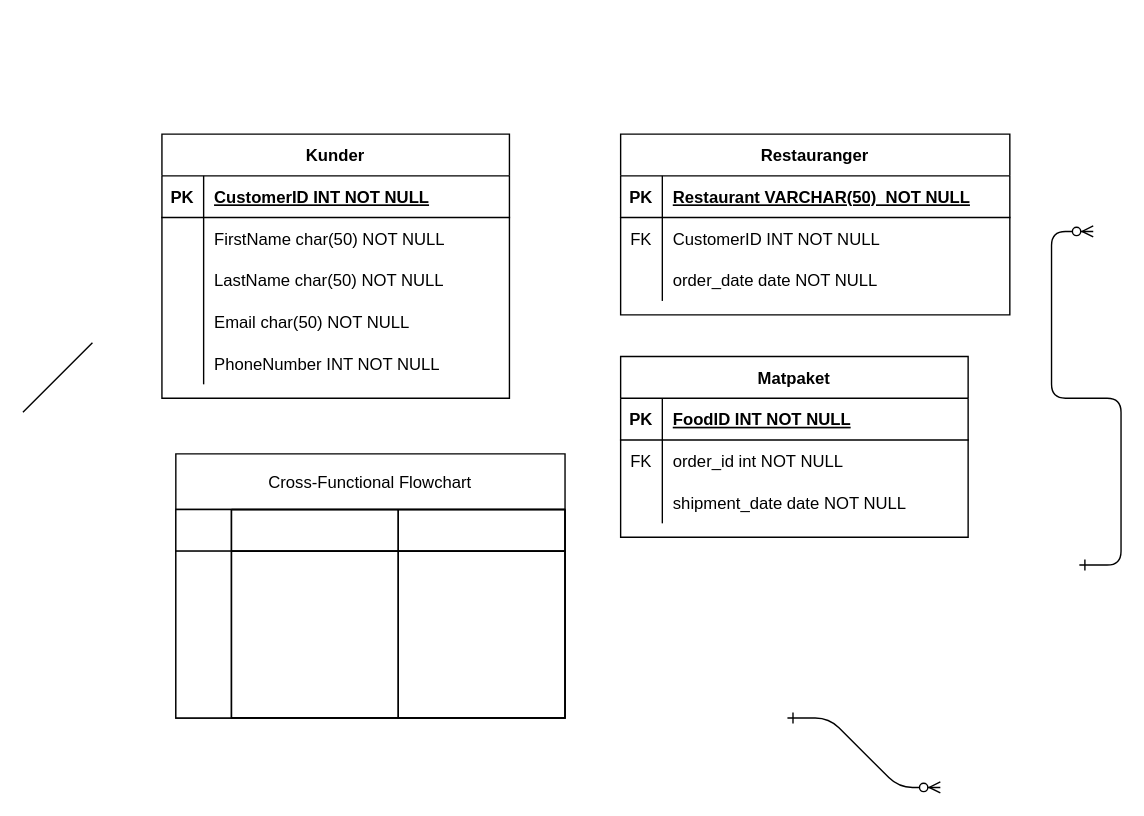
Above: Diagram/Inlämningsuppgift 1.drawio in SebastianG9912/Databasdiagram (draw.io), before the change. Source tidied: cells renumbered, new cells numbered last; positions are measured from the earlier drawing's top-left corner, leaving out a move shared by most shapes. Both pictures are drawn from the tidied source at 139%, with x=0, y=0 at pixel (22, 133).
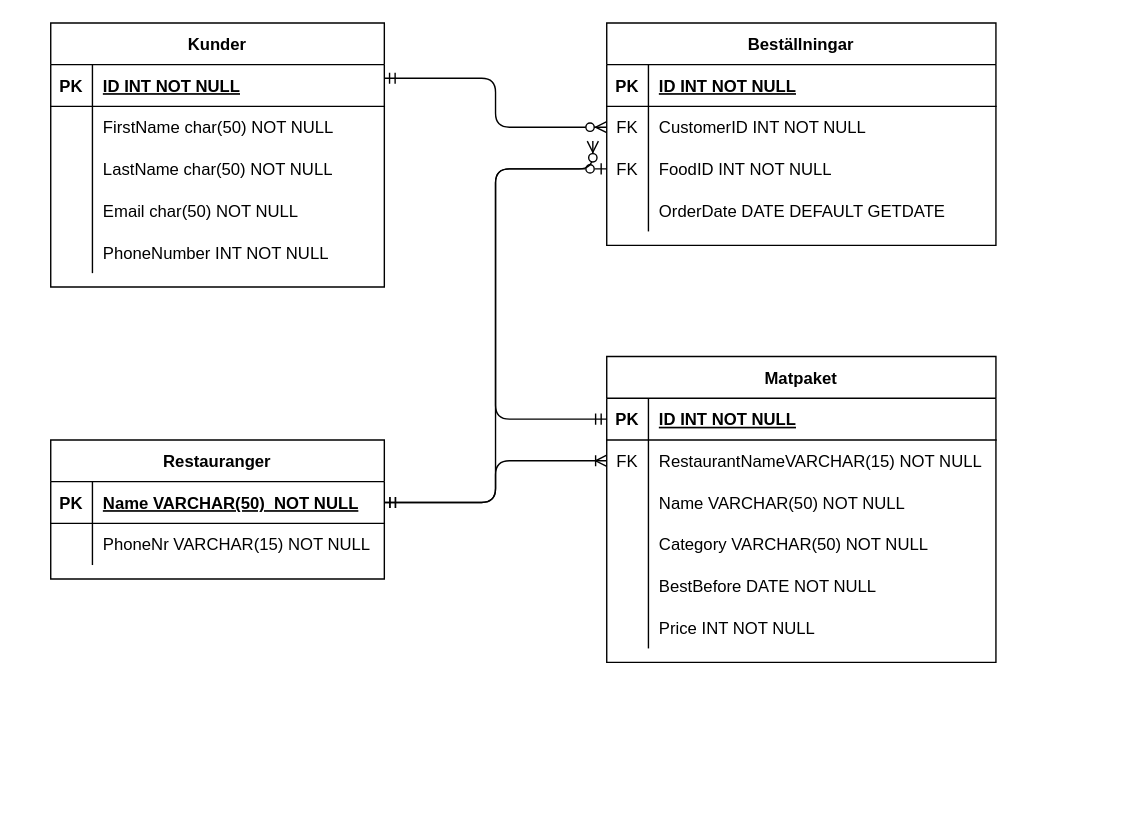
After the change.

Change to the diagram source:
```diff
@@
-    <mxCell id="2" style="edgeStyle=entityRelationEdgeStyle;endArrow=ERzeroToMany;startArrow=ERone;endFill=1;startFill=0;" parent="1" edge="1">
+    <mxCell id="2" style="endArrow=ERoneToMany;startArrow=ERmandOne;endFill=0;startFill=0;entryX=0;entryY=0.5;entryDx=0;entryDy=0;exitX=1;exitY=0.5;exitDx=0;exitDy=0;edgeStyle=orthogonalEdgeStyle;" parent="1" edge="1" source="5" target="48">
       <mxGeometry relative="1" as="geometry">
-        <mxPoint x="550" y="420" as="sourcePoint" />
-        <mxPoint x="660" y="470" as="targetPoint" />
+        <Array as="points">
+          <mxPoint x="340" y="265" />
+          <mxPoint x="340" y="235" />
+        </Array>
       </mxGeometry>
     </mxCell>
-    <mxCell id="3" style="edgeStyle=entityRelationEdgeStyle;endArrow=ERzeroToMany;startArrow=ERone;endFill=1;startFill=0;" parent="1" edge="1">
+    <mxCell id="3" style="endArrow=ERzeroToMany;startArrow=ERmandOne;endFill=1;startFill=0;entryX=0;entryY=0.5;entryDx=0;entryDy=0;exitX=0.999;exitY=0.328;exitDx=0;exitDy=0;exitPerimeter=0;edgeStyle=orthogonalEdgeStyle;" parent="1" edge="1" source="25" target="61">
       <mxGeometry relative="1" as="geometry">
-        <mxPoint x="760" y="310" as="sourcePoint" />
-        <mxPoint x="770" y="70" as="targetPoint" />
+        <Array as="points">
+          <mxPoint x="340" y="-40" />
+          <mxPoint x="340" y="-5" />
+        </Array>
       </mxGeometry>
     </mxCell>
     <mxCell id="4" value="Restauranger" style="shape=table;startSize=30;childLayout=tableLayout;rowLines=0;fontStyle=1;align=center;" parent="1" vertex="1">
-      <mxGeometry x="430" width="280" height="130" as="geometry" />
+      <mxGeometry x="20" y="220" width="240" height="100" as="geometry" />
     </mxCell>
     <mxCell id="5" style="shape=partialRectangle;fillColor=none;points=[[0,0.5],[1,0.5]];portConstraint=eastwest;top=0;left=0;right=0;bottom=1;" parent="4" vertex="1">
-      <mxGeometry y="30" width="280" height="30" as="geometry" />
+      <mxGeometry y="30" width="240" height="30" as="geometry" />
     </mxCell>
@@
-    <mxCell id="7" value="Restaurant VARCHAR(50)  NOT NULL " style="shape=partialRectangle;overflow=hidden;fillColor=none;top=0;left=0;bottom=0;right=0;align=left;spacingLeft=6;fontStyle=5;" parent="5" vertex="1">
-      <mxGeometry x="30" width="250" height="30" as="geometry" />
+    <mxCell id="7" value="Name VARCHAR(50)  NOT NULL " style="shape=partialRectangle;overflow=hidden;fillColor=none;top=0;left=0;bottom=0;right=0;align=left;spacingLeft=6;fontStyle=5;" parent="5" vertex="1">
+      <mxGeometry x="30" width="210" height="30" as="geometry" />
     </mxCell>
     <mxCell id="8" style="shape=partialRectangle;fillColor=none;top=0;left=0;right=0;bottom=0;" parent="4" vertex="1">
-      <mxGeometry y="60" width="280" height="30" as="geometry" />
+      <mxGeometry y="60" width="240" height="30" as="geometry" />
     </mxCell>
-    <mxCell id="9" value="FK" style="shape=partialRectangle;overflow=hidden;fillColor=none;top=0;left=0;bottom=0;right=0;" parent="8" vertex="1">
+    <mxCell id="9" style="shape=partialRectangle;overflow=hidden;fillColor=none;top=0;left=0;bottom=0;right=0;" parent="8" vertex="1">
       <mxGeometry width="30" height="30" as="geometry" />
     </mxCell>
-    <mxCell id="10" value="CustomerID INT NOT NULL" style="shape=partialRectangle;overflow=hidden;fillColor=none;top=0;left=0;bottom=0;right=0;align=left;spacingLeft=6;" parent="8" vertex="1">
-      <mxGeometry x="30" width="250" height="30" as="geometry" />
+    <mxCell id="10" value="PhoneNr VARCHAR(15) NOT NULL" style="shape=partialRectangle;overflow=hidden;fillColor=none;top=0;left=0;bottom=0;right=0;align=left;spacingLeft=6;" parent="8" vertex="1">
+      <mxGeometry x="30" width="210" height="30" as="geometry" />
     </mxCell>
-    <mxCell id="11" style="shape=partialRectangle;fillColor=none;top=0;left=0;right=0;bottom=0;" parent="4" vertex="1">
-      <mxGeometry y="90" width="280" height="30" as="geometry" />
-    </mxCell>
-    <mxCell id="12" style="shape=partialRectangle;overflow=hidden;fillColor=none;top=0;left=0;bottom=0;right=0;" parent="11" vertex="1">
-      <mxGeometry width="30" height="30" as="geometry" />
-    </mxCell>
-    <mxCell id="13" value="order_date date NOT NULL" style="shape=partialRectangle;overflow=hidden;fillColor=none;top=0;left=0;bottom=0;right=0;align=left;spacingLeft=6;" parent="11" vertex="1">
-      <mxGeometry x="30" width="250" height="30" as="geometry" />
-    </mxCell>
     <mxCell id="14" value="Matpaket" style="shape=table;startSize=30;childLayout=tableLayout;rowLines=0;fontStyle=1;align=center;" parent="1" vertex="1">
-      <mxGeometry x="430" y="160" width="250" height="130" as="geometry" />
+      <mxGeometry x="420" y="160" width="280" height="220" as="geometry" />
     </mxCell>
     <mxCell id="15" style="shape=partialRectangle;fillColor=none;points=[[0,0.5],[1,0.5]];portConstraint=eastwest;top=0;left=0;right=0;bottom=1;" parent="14" vertex="1">
-      <mxGeometry y="30" width="250" height="30" as="geometry" />
+      <mxGeometry y="30" width="280" height="30" as="geometry" />
     </mxCell>
@@
-    <mxCell id="17" value="FoodID INT NOT NULL " style="shape=partialRectangle;overflow=hidden;fillColor=none;top=0;left=0;bottom=0;right=0;align=left;spacingLeft=6;fontStyle=5;" parent="15" vertex="1">
-      <mxGeometry x="30" width="220" height="30" as="geometry" />
+    <mxCell id="17" value="ID INT NOT NULL " style="shape=partialRectangle;overflow=hidden;fillColor=none;top=0;left=0;bottom=0;right=0;align=left;spacingLeft=6;fontStyle=5;" parent="15" vertex="1">
+      <mxGeometry x="30" width="250" height="30" as="geometry" />
     </mxCell>
+    <mxCell id="48" style="shape=partialRectangle;fillColor=none;points=[[0,0.5],[1,0.5]];portConstraint=eastwest;top=0;left=0;right=0;bottom=0;" parent="14" vertex="1">
+      <mxGeometry y="60" width="280" height="30" as="geometry" />
+    </mxCell>
+    <mxCell id="49" value="FK" style="shape=partialRectangle;overflow=hidden;fillColor=none;top=0;left=0;bottom=0;right=0;" parent="48" vertex="1">
+      <mxGeometry width="30" height="30" as="geometry" />
+    </mxCell>
+    <mxCell id="50" value="RestaurantNameVARCHAR(15) NOT NULL" style="shape=partialRectangle;overflow=hidden;fillColor=none;top=0;left=0;bottom=0;right=0;align=left;spacingLeft=6;" parent="48" vertex="1">
+      <mxGeometry x="30" width="250" height="30" as="geometry" />
+    </mxCell>
+    <mxCell id="51" style="shape=partialRectangle;fillColor=none;top=0;left=0;right=0;bottom=0;" parent="14" vertex="1">
+      <mxGeometry y="90" width="280" height="30" as="geometry" />
+    </mxCell>
+    <mxCell id="52" style="shape=partialRectangle;overflow=hidden;fillColor=none;top=0;left=0;bottom=0;right=0;" parent="51" vertex="1">
+      <mxGeometry width="30" height="30" as="geometry" />
+    </mxCell>
+    <mxCell id="53" value="Name VARCHAR(50) NOT NULL" style="shape=partialRectangle;overflow=hidden;fillColor=none;top=0;left=0;bottom=0;right=0;align=left;spacingLeft=6;" parent="51" vertex="1">
+      <mxGeometry x="30" width="250" height="30" as="geometry" />
+    </mxCell>
     <mxCell id="18" style="shape=partialRectangle;fillColor=none;top=0;left=0;right=0;bottom=0;" parent="14" vertex="1">
-      <mxGeometry y="60" width="250" height="30" as="geometry" />
+      <mxGeometry y="120" width="280" height="30" as="geometry" />
     </mxCell>
-    <mxCell id="19" value="FK" style="shape=partialRectangle;overflow=hidden;fillColor=none;top=0;left=0;bottom=0;right=0;" parent="18" vertex="1">
+    <mxCell id="19" style="shape=partialRectangle;overflow=hidden;fillColor=none;top=0;left=0;bottom=0;right=0;" parent="18" vertex="1">
       <mxGeometry width="30" height="30" as="geometry" />
     </mxCell>
-    <mxCell id="20" value="order_id int NOT NULL" style="shape=partialRectangle;overflow=hidden;fillColor=none;top=0;left=0;bottom=0;right=0;align=left;spacingLeft=6;" parent="18" vertex="1">
-      <mxGeometry x="30" width="220" height="30" as="geometry" />
+    <mxCell id="20" value="Category VARCHAR(50) NOT NULL" style="shape=partialRectangle;overflow=hidden;fillColor=none;top=0;left=0;bottom=0;right=0;align=left;spacingLeft=6;" parent="18" vertex="1">
+      <mxGeometry x="30" width="250" height="30" as="geometry" />
     </mxCell>
     <mxCell id="21" style="shape=partialRectangle;fillColor=none;top=0;left=0;right=0;bottom=0;" parent="14" vertex="1">
-      <mxGeometry y="90" width="250" height="30" as="geometry" />
+      <mxGeometry y="150" width="280" height="30" as="geometry" />
     </mxCell>
@@
-    <mxCell id="23" value="shipment_date date NOT NULL" style="shape=partialRectangle;overflow=hidden;fillColor=none;top=0;left=0;bottom=0;right=0;align=left;spacingLeft=6;" parent="21" vertex="1">
-      <mxGeometry x="30" width="220" height="30" as="geometry" />
+    <mxCell id="23" value="BestBefore DATE NOT NULL" style="shape=partialRectangle;overflow=hidden;fillColor=none;top=0;left=0;bottom=0;right=0;align=left;spacingLeft=6;" parent="21" vertex="1">
+      <mxGeometry x="30" width="250" height="30" as="geometry" />
     </mxCell>
+    <mxCell id="54" style="shape=partialRectangle;fillColor=none;top=0;left=0;right=0;bottom=0;" parent="14" vertex="1">
+      <mxGeometry y="180" width="280" height="30" as="geometry" />
+    </mxCell>
+    <mxCell id="55" style="shape=partialRectangle;overflow=hidden;fillColor=none;top=0;left=0;bottom=0;right=0;" parent="54" vertex="1">
+      <mxGeometry width="30" height="30" as="geometry" />
+    </mxCell>
+    <mxCell id="56" value="Price INT NOT NULL" style="shape=partialRectangle;overflow=hidden;fillColor=none;top=0;left=0;bottom=0;right=0;align=left;spacingLeft=6;" parent="54" vertex="1">
+      <mxGeometry x="30" width="250" height="30" as="geometry" />
+    </mxCell>
     <mxCell id="24" value="Kunder" style="shape=table;startSize=30;childLayout=tableLayout;rowLines=0;fontStyle=1;align=center;" parent="1" vertex="1">
-      <mxGeometry x="100" width="250" height="190" as="geometry" />
+      <mxGeometry x="20" y="-80" width="240" height="190" as="geometry" />
     </mxCell>
     <mxCell id="25" style="shape=partialRectangle;fillColor=none;points=[[0,0.5],[1,0.5]];portConstraint=eastwest;top=0;left=0;right=0;bottom=1;" parent="24" vertex="1">
-      <mxGeometry y="30" width="250" height="30" as="geometry" />
+      <mxGeometry y="30" width="240" height="30" as="geometry" />
     </mxCell>
@@
-    <mxCell id="27" value="CustomerID INT NOT NULL " style="shape=partialRectangle;overflow=hidden;fillColor=none;top=0;left=0;bottom=0;right=0;align=left;spacingLeft=6;fontStyle=5;" parent="25" vertex="1">
-      <mxGeometry x="30" width="220" height="30" as="geometry" />
+    <mxCell id="27" value="ID INT NOT NULL " style="shape=partialRectangle;overflow=hidden;fillColor=none;top=0;left=0;bottom=0;right=0;align=left;spacingLeft=6;fontStyle=5;" parent="25" vertex="1">
+      <mxGeometry x="30" width="210" height="30" as="geometry" />
     </mxCell>
     <mxCell id="28" style="shape=partialRectangle;fillColor=none;top=0;left=0;right=0;bottom=0;" parent="24" vertex="1">
-      <mxGeometry y="60" width="250" height="30" as="geometry" />
+      <mxGeometry y="60" width="240" height="30" as="geometry" />
     </mxCell>
@@
     <mxCell id="30" value="FirstName char(50) NOT NULL" style="shape=partialRectangle;overflow=hidden;fillColor=none;top=0;left=0;bottom=0;right=0;align=left;spacingLeft=6;" parent="28" vertex="1">
-      <mxGeometry x="30" width="220" height="30" as="geometry" />
+      <mxGeometry x="30" width="210" height="30" as="geometry" />
     </mxCell>
     <mxCell id="31" style="shape=partialRectangle;fillColor=none;top=0;left=0;right=0;bottom=0;" parent="24" vertex="1">
-      <mxGeometry y="90" width="250" height="30" as="geometry" />
+      <mxGeometry y="90" width="240" height="30" as="geometry" />
     </mxCell>
@@
     <mxCell id="33" value="LastName char(50) NOT NULL" style="shape=partialRectangle;overflow=hidden;fillColor=none;top=0;left=0;bottom=0;right=0;align=left;spacingLeft=6;" parent="31" vertex="1">
-      <mxGeometry x="30" width="220" height="30" as="geometry" />
+      <mxGeometry x="30" width="210" height="30" as="geometry" />
     </mxCell>
     <mxCell id="34" style="shape=partialRectangle;fillColor=none;top=0;left=0;right=0;bottom=0;" parent="24" vertex="1">
-      <mxGeometry y="120" width="250" height="30" as="geometry" />
+      <mxGeometry y="120" width="240" height="30" as="geometry" />
     </mxCell>
@@
     <mxCell id="36" value="Email char(50) NOT NULL" style="shape=partialRectangle;overflow=hidden;fillColor=none;top=0;left=0;bottom=0;right=0;align=left;spacingLeft=6;" parent="34" vertex="1">
-      <mxGeometry x="30" width="220" height="30" as="geometry" />
+      <mxGeometry x="30" width="210" height="30" as="geometry" />
     </mxCell>
     <mxCell id="37" style="shape=partialRectangle;fillColor=none;top=0;left=0;right=0;bottom=0;" parent="24" vertex="1">
-      <mxGeometry y="150" width="250" height="30" as="geometry" />
+      <mxGeometry y="150" width="240" height="30" as="geometry" />
     </mxCell>
@@
     <mxCell id="39" value="PhoneNumber INT NOT NULL" style="shape=partialRectangle;overflow=hidden;fillColor=none;top=0;left=0;bottom=0;right=0;align=left;spacingLeft=6;" parent="37" vertex="1">
-      <mxGeometry x="30" width="220" height="30" as="geometry" />
+      <mxGeometry x="30" width="210" height="30" as="geometry" />
     </mxCell>
-    <mxCell id="40" style="endArrow=none;html=1;strokeColor=default;rounded=0;" parent="1" edge="1">
-      <mxGeometry relative="1" as="geometry">
-        <mxPoint y="200" as="sourcePoint" />
-        <mxPoint x="50" y="150" as="targetPoint" />
-      </mxGeometry>
-    </mxCell>
-    <mxCell id="41" value="Cross-Functional Flowchart" style="shape=table;childLayout=tableLayout;rowLines=0;columnLines=0;startSize=40;" parent="1" vertex="1">
-      <mxGeometry x="110" y="230" width="280" height="190" as="geometry" />
-    </mxCell>
-    <mxCell id="42" style="swimlane;horizontal=0;startSize=40;" parent="41" vertex="1">
-      <mxGeometry y="40" width="280" height="30" as="geometry" />
-    </mxCell>
-    <mxCell id="43" style="swimlane;startSize=0;" parent="42" vertex="1">
-      <mxGeometry x="40" width="120" height="30" as="geometry" />
-    </mxCell>
-    <mxCell id="44" style="swimlane;startSize=0;" parent="42" vertex="1">
-      <mxGeometry x="160" width="120" height="30" as="geometry" />
-    </mxCell>
-    <mxCell id="45" style="swimlane;horizontal=0;startSize=40;" parent="41" vertex="1">
-      <mxGeometry y="70" width="280" height="120" as="geometry" />
-    </mxCell>
-    <mxCell id="46" style="swimlane;startSize=0;" parent="45" vertex="1">
-      <mxGeometry x="40" width="120" height="120" as="geometry" />
-    </mxCell>
-    <mxCell id="47" style="swimlane;startSize=0;" parent="45" vertex="1">
-      <mxGeometry x="160" width="120" height="120" as="geometry" />
-    </mxCell>
+    <mxCell id="57" value="Beställningar" style="shape=table;startSize=30;childLayout=tableLayout;rowLines=0;fontStyle=1;align=center;" parent="1" vertex="1">
+      <mxGeometry x="420" y="-80" width="280" height="160" as="geometry" />
+    </mxCell>
+    <mxCell id="58" style="shape=partialRectangle;fillColor=none;top=0;left=0;right=0;bottom=1;" parent="57" vertex="1">
+      <mxGeometry y="30" width="280" height="30" as="geometry" />
+    </mxCell>
+    <mxCell id="59" value="PK" style="shape=partialRectangle;overflow=hidden;fillColor=none;top=0;left=0;bottom=0;right=0;fontStyle=1;" parent="58" vertex="1">
+      <mxGeometry width="30" height="30" as="geometry" />
+    </mxCell>
+    <mxCell id="60" value="ID INT NOT NULL" style="shape=partialRectangle;overflow=hidden;fillColor=none;top=0;left=0;bottom=0;right=0;align=left;spacingLeft=6;fontStyle=5;" parent="58" vertex="1">
+      <mxGeometry x="30" width="250" height="30" as="geometry" />
+    </mxCell>
+    <mxCell id="61" style="shape=partialRectangle;fillColor=none;points=[[0,0.5],[1,0.5]];portConstraint=eastwest;top=0;left=0;right=0;bottom=0;" parent="57" vertex="1">
+      <mxGeometry y="60" width="280" height="30" as="geometry" />
+    </mxCell>
+    <mxCell id="62" value="FK" style="shape=partialRectangle;overflow=hidden;fillColor=none;top=0;left=0;bottom=0;right=0;" parent="61" vertex="1">
+      <mxGeometry width="30" height="30" as="geometry" />
+    </mxCell>
+    <mxCell id="63" value="CustomerID INT NOT NULL" style="shape=partialRectangle;overflow=hidden;fillColor=none;top=0;left=0;bottom=0;right=0;align=left;spacingLeft=6;" parent="61" vertex="1">
+      <mxGeometry x="30" width="250" height="30" as="geometry" />
+    </mxCell>
+    <mxCell id="64" style="shape=partialRectangle;fillColor=none;points=[[0,0.5],[1,0.5]];portConstraint=eastwest;top=0;left=0;right=0;bottom=0;" parent="57" vertex="1">
+      <mxGeometry y="90" width="280" height="30" as="geometry" />
+    </mxCell>
+    <mxCell id="65" value="FK" style="shape=partialRectangle;overflow=hidden;fillColor=none;top=0;left=0;bottom=0;right=0;" parent="64" vertex="1">
+      <mxGeometry width="30" height="30" as="geometry" />
+    </mxCell>
+    <mxCell id="66" value="FoodID INT NOT NULL" style="shape=partialRectangle;overflow=hidden;fillColor=none;top=0;left=0;bottom=0;right=0;align=left;spacingLeft=6;" parent="64" vertex="1">
+      <mxGeometry x="30" width="250" height="30" as="geometry" />
+    </mxCell>
+    <mxCell id="67" style="shape=partialRectangle;fillColor=none;top=0;left=0;right=0;bottom=0;" parent="57" vertex="1">
+      <mxGeometry y="120" width="280" height="30" as="geometry" />
+    </mxCell>
+    <mxCell id="68" style="shape=partialRectangle;overflow=hidden;fillColor=none;top=0;left=0;bottom=0;right=0;" parent="67" vertex="1">
+      <mxGeometry width="30" height="30" as="geometry" />
+    </mxCell>
+    <mxCell id="69" value="OrderDate DATE DEFAULT GETDATE" style="shape=partialRectangle;overflow=hidden;fillColor=none;top=0;left=0;bottom=0;right=0;align=left;spacingLeft=6;" parent="67" vertex="1">
+      <mxGeometry x="30" width="250" height="30" as="geometry" />
+    </mxCell>
+    <mxCell id="70" style="endArrow=ERzeroToOne;startArrow=ERmandOne;endFill=0;startFill=0;edgeStyle=orthogonalEdgeStyle;entryX=0;entryY=0.5;entryDx=0;entryDy=0;" parent="1" edge="1" source="15" target="64">
+      <mxGeometry relative="1" as="geometry">
+        <Array as="points">
+          <mxPoint x="340" y="205" />
+          <mxPoint x="340" y="25" />
+        </Array>
+      </mxGeometry>
+    </mxCell>
+    <mxCell id="71" style="endArrow=ERzeroToMany;startArrow=ERmandOne;endFill=1;startFill=0;entryX=0;entryY=0.5;entryDx=0;entryDy=0;exitX=1;exitY=0.5;exitDx=0;exitDy=0;edgeStyle=orthogonalEdgeStyle;" parent="1" edge="1" source="5">
+      <mxGeometry relative="1" as="geometry">
+        <mxPoint x="410" y="5" as="targetPoint" />
+        <Array as="points">
+          <mxPoint x="340" y="265" />
+          <mxPoint x="340" y="25" />
+        </Array>
+      </mxGeometry>
+    </mxCell>
```
